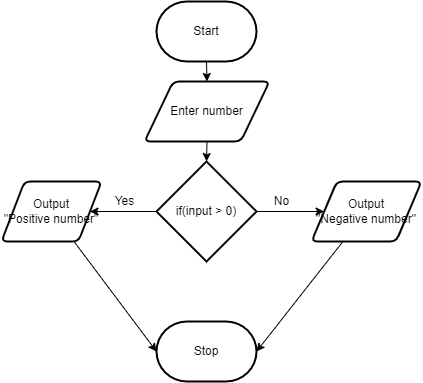
This is design/flowchart.png from Evgeny-Vovk/ICS2O-Unit5-02-HTML, a draw.io export, as it was before one commit. Source tidied: cells renumbered, new cells last; positions are measured from the earlier drawing's top-left corner, leaving out a move shared by most shapes.
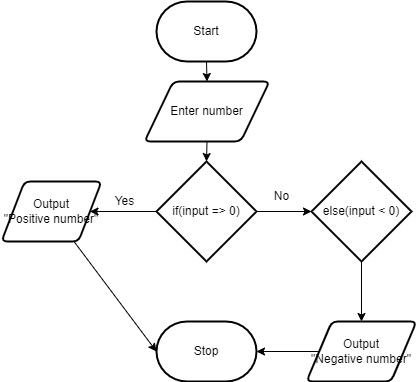
Above is the later version.

Change to the diagram source:
```diff
@@ -20,17 +20,17 @@
     <mxCell id="7" style="edgeStyle=none;html=1;entryX=1;entryY=0.5;entryDx=0;entryDy=0;" parent="1" edge="1" source="9" target="13">
       <mxGeometry relative="1" as="geometry" />
     </mxCell>
-    <mxCell id="8" style="edgeStyle=none;html=1;" parent="1" edge="1" source="9" target="11">
-      <mxGeometry relative="1" as="geometry" />
-    </mxCell>
+    <mxCell id="16" style="edgeStyle=none;html=1;exitX=1;exitY=0.5;exitDx=0;exitDy=0;exitPerimeter=0;entryX=0;entryY=0.5;entryDx=0;entryDy=0;entryPerimeter=0;" parent="1" edge="1" source="9" target="18">
+      <mxGeometry relative="1" as="geometry" />
+    </mxCell>
-    <mxCell id="9" value="if(input &amp;gt; 0)" style="strokeWidth=2;html=1;shape=mxgraph.flowchart.decision;whiteSpace=wrap;" parent="1" vertex="1">
+    <mxCell id="9" value="if(input =&amp;gt; 0)" style="strokeWidth=2;html=1;shape=mxgraph.flowchart.decision;whiteSpace=wrap;" parent="1" vertex="1">
       <mxGeometry x="155" y="160" width="100" height="100" as="geometry" />
     </mxCell>
     <mxCell id="10" style="edgeStyle=none;html=1;entryX=1;entryY=0.5;entryDx=0;entryDy=0;entryPerimeter=0;" parent="1" edge="1" source="11" target="2">
       <mxGeometry relative="1" as="geometry" />
     </mxCell>
     <mxCell id="11" value="Output&lt;br&gt;&quot;Negative number&quot;" style="shape=parallelogram;html=1;strokeWidth=2;perimeter=parallelogramPerimeter;whiteSpace=wrap;rounded=1;arcSize=12;size=0.23;" parent="1" vertex="1">
-      <mxGeometry x="310" y="180" width="110" height="60" as="geometry" />
+      <mxGeometry x="305" y="320" width="110" height="60" as="geometry" />
     </mxCell>
     <mxCell id="12" style="edgeStyle=none;html=1;entryX=0;entryY=0.5;entryDx=0;entryDy=0;entryPerimeter=0;" parent="1" edge="1" source="13" target="2">
       <mxGeometry relative="1" as="geometry" />
@@ -42,7 +42,13 @@
       <mxGeometry x="103" y="190" width="40" height="20" as="geometry" />
     </mxCell>
     <mxCell id="15" value="No" style="text;html=1;align=center;verticalAlign=middle;strokeColor=none;fillColor=none;" parent="1" vertex="1">
-      <mxGeometry x="265" y="190" width="30" height="20" as="geometry" />
+      <mxGeometry x="265" y="185" width="30" height="20" as="geometry" />
     </mxCell>
+    <mxCell id="17" style="edgeStyle=none;html=1;exitX=0.5;exitY=1;exitDx=0;exitDy=0;exitPerimeter=0;entryX=0.5;entryY=0;entryDx=0;entryDy=0;" parent="1" edge="1" source="18" target="11">
+      <mxGeometry relative="1" as="geometry" />
+    </mxCell>
+    <mxCell id="18" value="else(input &amp;lt; 0)" style="strokeWidth=2;html=1;shape=mxgraph.flowchart.decision;whiteSpace=wrap;" parent="1" vertex="1">
+      <mxGeometry x="310" y="160" width="100" height="100" as="geometry" />
+    </mxCell>
   </root>
 </mxGraphModel>
```
